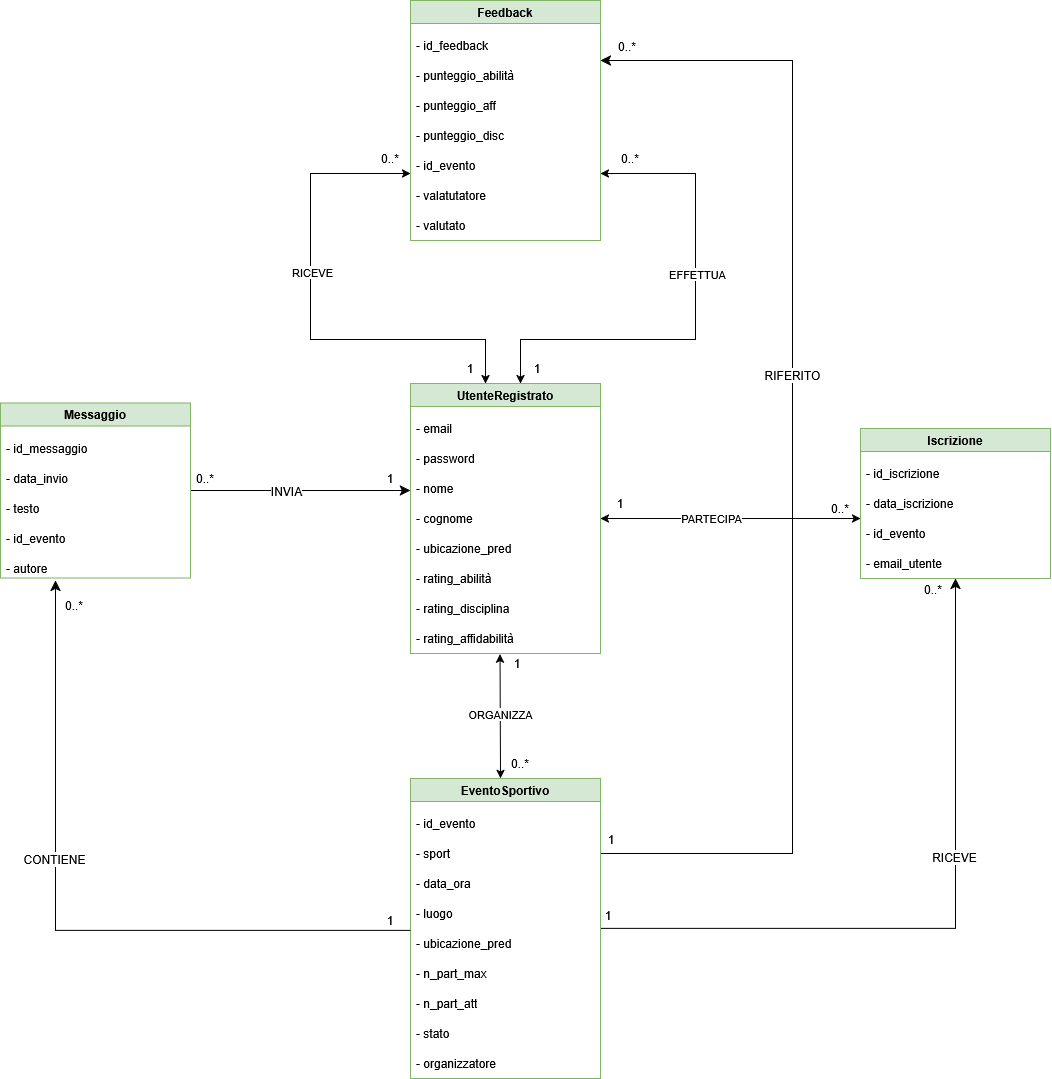
Before: RistrutturazioneClassDiagram-Pagina-2.drawio.png, a diagram exported from draw.io (alexbnls/progetto-is). Source tidied: cells renumbered, new cells last; positions are measured from the earlier drawing's top-left corner, leaving out a move shared by most shapes. Source of this version:
```xml
<mxGraphModel>
  <root>
    <mxCell id="0" />
    <mxCell id="1" parent="0" />
    <mxCell id="2" style="edgeStyle=orthogonalEdgeStyle;rounded=0;jettySize=auto;html=1;startArrow=classic;startFill=1;entryX=0;entryY=1;entryDx=0;entryDy=0;" parent="1" edge="1" target="55">
      <mxGeometry relative="1" as="geometry">
        <mxPoint x="520" y="383" as="sourcePoint" />
        <Array as="points">
          <mxPoint x="520" y="339" />
          <mxPoint x="695" y="339" />
          <mxPoint x="695" y="173" />
        </Array>
      </mxGeometry>
    </mxCell>
    <mxCell id="3" value="EFFETTUA" style="edgeLabel;html=1;align=center;verticalAlign=middle;" parent="2" vertex="1">
      <mxGeometry x="0.19" y="-1" relative="1" as="geometry" />
    </mxCell>
    <mxCell id="4" style="edgeStyle=orthogonalEdgeStyle;rounded=0;jettySize=auto;html=1;startArrow=classic;startFill=1;" parent="1" edge="1" source="6">
      <mxGeometry relative="1" as="geometry">
        <mxPoint x="860" y="518" as="targetPoint" />
      </mxGeometry>
    </mxCell>
    <mxCell id="5" value="PARTECIPA" style="edgeLabel;html=1;align=center;verticalAlign=middle;" parent="4" vertex="1">
      <mxGeometry x="-0.15" y="1" relative="1" as="geometry" />
    </mxCell>
    <mxCell id="6" value="UtenteRegistrato" style="swimlane;whiteSpace=wrap;html=1;fillColor=#d5e8d4;strokeColor=#82b366;" parent="1" vertex="1">
      <mxGeometry x="410" y="383" width="190" height="270" as="geometry" />
    </mxCell>
    <mxCell id="7" value="- email" style="text;strokeColor=none;fillColor=none;align=left;verticalAlign=middle;spacingLeft=4;spacingRight=4;overflow=hidden;whiteSpace=wrap;html=1;" parent="6" vertex="1">
      <mxGeometry y="30" width="80" height="30" as="geometry" />
    </mxCell>
    <mxCell id="8" value="- password" style="text;strokeColor=none;fillColor=none;align=left;verticalAlign=middle;spacingLeft=4;spacingRight=4;overflow=hidden;whiteSpace=wrap;html=1;" parent="6" vertex="1">
      <mxGeometry y="60" width="80" height="30" as="geometry" />
    </mxCell>
    <mxCell id="9" value="- nome" style="text;strokeColor=none;fillColor=none;align=left;verticalAlign=middle;spacingLeft=4;spacingRight=4;overflow=hidden;whiteSpace=wrap;html=1;" parent="6" vertex="1">
      <mxGeometry y="90" width="80" height="30" as="geometry" />
    </mxCell>
    <mxCell id="10" value="- cognome" style="text;strokeColor=none;fillColor=none;align=left;verticalAlign=middle;spacingLeft=4;spacingRight=4;overflow=hidden;whiteSpace=wrap;html=1;" parent="6" vertex="1">
      <mxGeometry y="120" width="80" height="30" as="geometry" />
    </mxCell>
    <mxCell id="11" value="- ubicazione_pred" style="text;strokeColor=none;fillColor=none;align=left;verticalAlign=middle;spacingLeft=4;spacingRight=4;overflow=hidden;whiteSpace=wrap;html=1;" parent="6" vertex="1">
      <mxGeometry y="150" width="110" height="30" as="geometry" />
    </mxCell>
    <mxCell id="12" value="- rating_abilità" style="text;strokeColor=none;fillColor=none;align=left;verticalAlign=middle;spacingLeft=4;spacingRight=4;overflow=hidden;whiteSpace=wrap;html=1;" parent="6" vertex="1">
      <mxGeometry y="180" width="110" height="30" as="geometry" />
    </mxCell>
    <mxCell id="13" value="- rating_disciplina" style="text;strokeColor=none;fillColor=none;align=left;verticalAlign=middle;spacingLeft=4;spacingRight=4;overflow=hidden;whiteSpace=wrap;html=1;" parent="6" vertex="1">
      <mxGeometry y="210" width="110" height="30" as="geometry" />
    </mxCell>
    <mxCell id="14" value="- rating_affidabilità" style="text;strokeColor=none;fillColor=none;align=left;verticalAlign=middle;spacingLeft=4;spacingRight=4;overflow=hidden;points=[[0,0.5],[1,0.5]];portConstraint=eastwest;whiteSpace=wrap;html=1;" parent="6" vertex="1">
      <mxGeometry y="240" width="110" height="30" as="geometry" />
    </mxCell>
    <mxCell id="15" style="edgeStyle=orthogonalEdgeStyle;rounded=0;jettySize=auto;html=1;exitX=1;exitY=0.5;exitDx=0;exitDy=0;fontSize=12;startSize=8;endSize=8;" parent="1" edge="1" source="19">
      <mxGeometry relative="1" as="geometry">
        <mxPoint x="955" y="578" as="targetPoint" />
      </mxGeometry>
    </mxCell>
    <mxCell id="16" value="RICEVE" style="edgeLabel;html=1;align=center;verticalAlign=middle;fontSize=12;" parent="15" vertex="1">
      <mxGeometry x="0.21" y="2" relative="1" as="geometry" />
    </mxCell>
    <mxCell id="17" style="edgeStyle=orthogonalEdgeStyle;rounded=0;jettySize=auto;html=1;exitX=1;exitY=0.25;exitDx=0;exitDy=0;fontSize=12;startSize=8;endSize=8;entryX=1;entryY=0.25;entryDx=0;entryDy=0;" parent="1" edge="1" source="19" target="34">
      <mxGeometry relative="1" as="geometry">
        <Array as="points">
          <mxPoint x="792" y="853" />
          <mxPoint x="792" y="60" />
        </Array>
      </mxGeometry>
    </mxCell>
    <mxCell id="18" value="RIFERITO" style="edgeLabel;html=1;align=center;verticalAlign=middle;fontSize=12;" parent="17" vertex="1">
      <mxGeometry x="0.14" y="1" relative="1" as="geometry">
        <mxPoint y="-1" as="offset" />
      </mxGeometry>
    </mxCell>
    <mxCell id="19" value="EventoSportivo" style="swimlane;whiteSpace=wrap;html=1;fillColor=#d5e8d4;strokeColor=#82b366;" parent="1" vertex="1">
      <mxGeometry x="410" y="778" width="190" height="300" as="geometry" />
    </mxCell>
    <mxCell id="20" value="- id_evento" style="text;strokeColor=none;fillColor=none;align=left;verticalAlign=middle;spacingLeft=4;spacingRight=4;overflow=hidden;whiteSpace=wrap;html=1;" parent="19" vertex="1">
      <mxGeometry y="30" width="80" height="30" as="geometry" />
    </mxCell>
    <mxCell id="21" value="- sport" style="text;strokeColor=none;fillColor=none;align=left;verticalAlign=middle;spacingLeft=4;spacingRight=4;overflow=hidden;whiteSpace=wrap;html=1;" parent="19" vertex="1">
      <mxGeometry y="60" width="80" height="30" as="geometry" />
    </mxCell>
    <mxCell id="22" value="- data_ora" style="text;strokeColor=none;fillColor=none;align=left;verticalAlign=middle;spacingLeft=4;spacingRight=4;overflow=hidden;whiteSpace=wrap;html=1;" parent="19" vertex="1">
      <mxGeometry y="90" width="80" height="30" as="geometry" />
    </mxCell>
    <mxCell id="23" value="- luogo" style="text;strokeColor=none;fillColor=none;align=left;verticalAlign=middle;spacingLeft=4;spacingRight=4;overflow=hidden;whiteSpace=wrap;html=1;" parent="19" vertex="1">
      <mxGeometry y="120" width="80" height="30" as="geometry" />
    </mxCell>
    <mxCell id="24" value="- ubicazione_pred" style="text;strokeColor=none;fillColor=none;align=left;verticalAlign=middle;spacingLeft=4;spacingRight=4;overflow=hidden;whiteSpace=wrap;html=1;" parent="19" vertex="1">
      <mxGeometry y="150" width="120" height="30" as="geometry" />
    </mxCell>
    <mxCell id="25" value="- n_part_max" style="text;strokeColor=none;fillColor=none;align=left;verticalAlign=middle;spacingLeft=4;spacingRight=4;overflow=hidden;whiteSpace=wrap;html=1;" parent="19" vertex="1">
      <mxGeometry y="180" width="110" height="30" as="geometry" />
    </mxCell>
    <mxCell id="26" value="- n_part_att" style="text;strokeColor=none;fillColor=none;align=left;verticalAlign=middle;spacingLeft=4;spacingRight=4;overflow=hidden;whiteSpace=wrap;html=1;" parent="19" vertex="1">
      <mxGeometry y="210" width="110" height="30" as="geometry" />
    </mxCell>
    <mxCell id="27" value="- stato" style="text;strokeColor=none;fillColor=none;align=left;verticalAlign=middle;spacingLeft=4;spacingRight=4;overflow=hidden;whiteSpace=wrap;html=1;" parent="19" vertex="1">
      <mxGeometry y="240" width="110" height="30" as="geometry" />
    </mxCell>
    <mxCell id="28" value="- organizzatore" style="text;strokeColor=none;fillColor=none;align=left;verticalAlign=middle;spacingLeft=4;spacingRight=4;overflow=hidden;whiteSpace=wrap;html=1;" parent="19" vertex="1">
      <mxGeometry y="270" width="110" height="30" as="geometry" />
    </mxCell>
    <mxCell id="29" value="Iscrizione" style="swimlane;whiteSpace=wrap;html=1;fillColor=#d5e8d4;strokeColor=#82b366;" parent="1" vertex="1">
      <mxGeometry x="860" y="428" width="190" height="150" as="geometry" />
    </mxCell>
    <mxCell id="30" value="- id_iscrizione" style="text;strokeColor=none;fillColor=none;align=left;verticalAlign=middle;spacingLeft=4;spacingRight=4;overflow=hidden;whiteSpace=wrap;html=1;" parent="29" vertex="1">
      <mxGeometry y="30" width="100" height="30" as="geometry" />
    </mxCell>
    <mxCell id="31" value="- data_iscrizione" style="text;strokeColor=none;fillColor=none;align=left;verticalAlign=middle;spacingLeft=4;spacingRight=4;overflow=hidden;whiteSpace=wrap;html=1;" parent="29" vertex="1">
      <mxGeometry y="60" width="110" height="30" as="geometry" />
    </mxCell>
    <mxCell id="32" value="- id_evento" style="text;strokeColor=none;fillColor=none;align=left;verticalAlign=middle;spacingLeft=4;spacingRight=4;overflow=hidden;whiteSpace=wrap;html=1;" parent="29" vertex="1">
      <mxGeometry y="90" width="80" height="30" as="geometry" />
    </mxCell>
    <mxCell id="33" value="- email_utente" style="text;strokeColor=none;fillColor=none;align=left;verticalAlign=middle;spacingLeft=4;spacingRight=4;overflow=hidden;whiteSpace=wrap;html=1;" parent="29" vertex="1">
      <mxGeometry y="120" width="90" height="30" as="geometry" />
    </mxCell>
    <mxCell id="34" value="Feedback" style="swimlane;whiteSpace=wrap;html=1;fillColor=#d5e8d4;strokeColor=#82b366;" parent="1" vertex="1">
      <mxGeometry x="410" width="190" height="240" as="geometry" />
    </mxCell>
    <mxCell id="35" value="- id_feedback" style="text;strokeColor=none;fillColor=none;align=left;verticalAlign=middle;spacingLeft=4;spacingRight=4;overflow=hidden;whiteSpace=wrap;html=1;" parent="34" vertex="1">
      <mxGeometry y="30" width="100" height="30" as="geometry" />
    </mxCell>
    <mxCell id="36" value="- punteggio_abilità" style="text;strokeColor=none;fillColor=none;align=left;verticalAlign=middle;spacingLeft=4;spacingRight=4;overflow=hidden;whiteSpace=wrap;html=1;" parent="34" vertex="1">
      <mxGeometry y="60" width="110" height="30" as="geometry" />
    </mxCell>
    <mxCell id="37" value="&lt;div&gt;- punteggio_aff&lt;/div&gt;" style="text;strokeColor=none;fillColor=none;align=left;verticalAlign=middle;spacingLeft=4;spacingRight=4;overflow=hidden;whiteSpace=wrap;html=1;" parent="34" vertex="1">
      <mxGeometry y="90" width="120" height="30" as="geometry" />
    </mxCell>
    <mxCell id="38" value="- punteggio_disc" style="text;strokeColor=none;fillColor=none;align=left;verticalAlign=middle;spacingLeft=4;spacingRight=4;overflow=hidden;whiteSpace=wrap;html=1;" parent="34" vertex="1">
      <mxGeometry y="120" width="110" height="30" as="geometry" />
    </mxCell>
    <mxCell id="39" value="- id_evento" style="text;strokeColor=none;fillColor=none;align=left;verticalAlign=middle;spacingLeft=4;spacingRight=4;overflow=hidden;points=[[0,0.5],[1,0.5]];portConstraint=eastwest;whiteSpace=wrap;html=1;" parent="34" vertex="1">
      <mxGeometry y="150" width="110" height="30" as="geometry" />
    </mxCell>
    <mxCell id="40" value="- valatutatore" style="text;strokeColor=none;fillColor=none;align=left;verticalAlign=middle;spacingLeft=4;spacingRight=4;overflow=hidden;whiteSpace=wrap;html=1;" parent="34" vertex="1">
      <mxGeometry y="180" width="110" height="30" as="geometry" />
    </mxCell>
    <mxCell id="41" value="- valutato" style="text;strokeColor=none;fillColor=none;align=left;verticalAlign=middle;spacingLeft=4;spacingRight=4;overflow=hidden;whiteSpace=wrap;html=1;" parent="34" vertex="1">
      <mxGeometry y="210" width="110" height="30" as="geometry" />
    </mxCell>
    <mxCell id="42" style="edgeStyle=none;curved=1;rounded=0;jettySize=auto;html=1;fontSize=12;startSize=8;endSize=8;exitX=1;exitY=0.5;exitDx=0;exitDy=0;" parent="1" edge="1" source="44">
      <mxGeometry relative="1" as="geometry">
        <mxPoint x="409.9" y="490" as="targetPoint" />
      </mxGeometry>
    </mxCell>
    <mxCell id="43" value="INVIA" style="edgeLabel;html=1;align=center;verticalAlign=middle;fontSize=12;" parent="42" vertex="1">
      <mxGeometry x="-0.14" relative="1" as="geometry" />
    </mxCell>
    <mxCell id="44" value="Messaggio" style="swimlane;whiteSpace=wrap;html=1;fillColor=#d5e8d4;strokeColor=#82b366;" parent="1" vertex="1">
      <mxGeometry y="402.5" width="190" height="175" as="geometry" />
    </mxCell>
    <mxCell id="45" value="- id_messaggio" style="text;strokeColor=none;fillColor=none;align=left;verticalAlign=middle;spacingLeft=4;spacingRight=4;overflow=hidden;whiteSpace=wrap;html=1;" parent="44" vertex="1">
      <mxGeometry y="30" width="100" height="30" as="geometry" />
    </mxCell>
    <mxCell id="46" value="- data_invio" style="text;strokeColor=none;fillColor=none;align=left;verticalAlign=middle;spacingLeft=4;spacingRight=4;overflow=hidden;whiteSpace=wrap;html=1;" parent="44" vertex="1">
      <mxGeometry y="60" width="110" height="30" as="geometry" />
    </mxCell>
    <mxCell id="47" value="- testo" style="text;strokeColor=none;fillColor=none;align=left;verticalAlign=middle;spacingLeft=4;spacingRight=4;overflow=hidden;whiteSpace=wrap;html=1;" parent="44" vertex="1">
      <mxGeometry y="90" width="80" height="30" as="geometry" />
    </mxCell>
    <mxCell id="48" value="- id_evento" style="text;strokeColor=none;fillColor=none;align=left;verticalAlign=middle;spacingLeft=4;spacingRight=4;overflow=hidden;whiteSpace=wrap;html=1;" parent="44" vertex="1">
      <mxGeometry y="120" width="90" height="30" as="geometry" />
    </mxCell>
    <mxCell id="49" value="- autore" style="text;strokeColor=none;fillColor=none;align=left;verticalAlign=middle;spacingLeft=4;spacingRight=4;overflow=hidden;whiteSpace=wrap;html=1;" parent="44" vertex="1">
      <mxGeometry y="150" width="90" height="30" as="geometry" />
    </mxCell>
    <mxCell id="50" value="1" style="text;html=1;whiteSpace=wrap;strokeColor=none;fillColor=none;align=center;verticalAlign=middle;rounded=0;" parent="1" vertex="1">
      <mxGeometry x="590" y="488" width="60" height="30" as="geometry" />
    </mxCell>
    <mxCell id="51" value="0..*" style="text;html=1;whiteSpace=wrap;strokeColor=none;fillColor=none;align=center;verticalAlign=middle;rounded=0;" parent="1" vertex="1">
      <mxGeometry x="810" y="493" width="60" height="30" as="geometry" />
    </mxCell>
    <mxCell id="52" value="1" style="text;html=1;whiteSpace=wrap;strokeColor=none;fillColor=none;align=center;verticalAlign=middle;rounded=0;" parent="1" vertex="1">
      <mxGeometry x="497" y="653" width="40" height="20" as="geometry" />
    </mxCell>
    <mxCell id="53" value="1" style="text;html=1;whiteSpace=wrap;strokeColor=none;fillColor=none;align=center;verticalAlign=middle;rounded=0;" parent="1" vertex="1">
      <mxGeometry x="370" y="468" width="40" height="20" as="geometry" />
    </mxCell>
    <mxCell id="54" value="0..*" style="text;html=1;whiteSpace=wrap;strokeColor=none;fillColor=none;align=center;verticalAlign=middle;rounded=0;" parent="1" vertex="1">
      <mxGeometry x="185" y="463" width="40" height="30" as="geometry" />
    </mxCell>
    <mxCell id="55" value="0..*" style="text;html=1;whiteSpace=wrap;strokeColor=none;fillColor=none;align=center;verticalAlign=middle;rounded=0;" parent="1" vertex="1">
      <mxGeometry x="600" y="143" width="60" height="30" as="geometry" />
    </mxCell>
    <mxCell id="56" style="endArrow=classic;startArrow=classic;html=1;rounded=0;entryX=0.814;entryY=1.024;entryDx=0;entryDy=0;entryPerimeter=0;exitX=0;exitY=1;exitDx=0;exitDy=0;" parent="1" edge="1" target="14">
      <mxGeometry relative="1" as="geometry">
        <mxPoint x="500" y="778" as="sourcePoint" />
      </mxGeometry>
    </mxCell>
    <mxCell id="57" value="ORGANIZZA" style="edgeLabel;html=1;align=center;verticalAlign=middle;" parent="56" vertex="1">
      <mxGeometry x="0.06" y="1" relative="1" as="geometry" />
    </mxCell>
    <mxCell id="58" value="0..*" style="text;html=1;whiteSpace=wrap;strokeColor=none;fillColor=none;align=center;verticalAlign=middle;rounded=0;" parent="1" vertex="1">
      <mxGeometry x="500" y="748" width="40" height="30" as="geometry" />
    </mxCell>
    <mxCell id="59" style="edgeStyle=orthogonalEdgeStyle;rounded=0;jettySize=auto;html=1;startArrow=classic;startFill=1;entryX=0;entryY=0.767;entryDx=0;entryDy=0;entryPerimeter=0;" parent="1" edge="1" target="39">
      <mxGeometry relative="1" as="geometry">
        <mxPoint x="485" y="383" as="sourcePoint" />
        <Array as="points">
          <mxPoint x="485" y="339" />
          <mxPoint x="310" y="339" />
          <mxPoint x="310" y="173" />
        </Array>
      </mxGeometry>
    </mxCell>
    <mxCell id="60" value="RICEVE" style="edgeLabel;html=1;align=center;verticalAlign=middle;" parent="59" vertex="1">
      <mxGeometry x="0.19" y="-1" relative="1" as="geometry" />
    </mxCell>
    <mxCell id="61" value="1" style="text;html=1;whiteSpace=wrap;strokeColor=none;fillColor=none;align=center;verticalAlign=middle;rounded=0;" parent="1" vertex="1">
      <mxGeometry x="527" y="353" width="20" height="30" as="geometry" />
    </mxCell>
    <mxCell id="62" value="1" style="text;html=1;whiteSpace=wrap;strokeColor=none;fillColor=none;align=center;verticalAlign=middle;rounded=0;" parent="1" vertex="1">
      <mxGeometry x="460" y="353" width="20" height="30" as="geometry" />
    </mxCell>
    <mxCell id="63" value="0..*" style="text;html=1;whiteSpace=wrap;strokeColor=none;fillColor=none;align=center;verticalAlign=middle;rounded=0;" parent="1" vertex="1">
      <mxGeometry x="360" y="143" width="60" height="30" as="geometry" />
    </mxCell>
    <mxCell id="64" value="1" style="text;html=1;whiteSpace=wrap;strokeColor=none;fillColor=none;align=center;verticalAlign=middle;rounded=0;" parent="1" vertex="1">
      <mxGeometry x="578" y="900" width="60" height="30" as="geometry" />
    </mxCell>
    <mxCell id="65" value="0..*" style="text;html=1;whiteSpace=wrap;strokeColor=none;fillColor=none;align=center;verticalAlign=middle;rounded=0;" parent="1" vertex="1">
      <mxGeometry x="903" y="574" width="60" height="30" as="geometry" />
    </mxCell>
    <mxCell id="66" style="edgeStyle=orthogonalEdgeStyle;rounded=0;orthogonalLoop=1;jettySize=auto;html=1;exitX=1;exitY=0.5;exitDx=0;exitDy=0;entryX=0.5;entryY=1;entryDx=0;entryDy=0;fontSize=12;startSize=8;endSize=8;" parent="1" edge="1">
      <mxGeometry relative="1" as="geometry">
        <mxPoint x="410" y="930" as="sourcePoint" />
        <mxPoint x="55" y="580" as="targetPoint" />
      </mxGeometry>
    </mxCell>
    <mxCell id="67" value="CONTIENE" style="edgeLabel;html=1;align=center;verticalAlign=middle;fontSize=12;" parent="66" vertex="1">
      <mxGeometry x="0.21" y="2" relative="1" as="geometry" />
    </mxCell>
    <mxCell id="68" value="1" style="text;html=1;whiteSpace=wrap;strokeColor=none;fillColor=none;align=center;verticalAlign=middle;rounded=0;" parent="1" vertex="1">
      <mxGeometry x="370" y="910" width="40" height="20" as="geometry" />
    </mxCell>
    <mxCell id="69" value="0..*" style="text;html=1;whiteSpace=wrap;strokeColor=none;fillColor=none;align=center;verticalAlign=middle;rounded=0;" parent="1" vertex="1">
      <mxGeometry x="54" y="590" width="40" height="30" as="geometry" />
    </mxCell>
    <mxCell id="70" value="1" style="text;html=1;whiteSpace=wrap;strokeColor=none;fillColor=none;align=center;verticalAlign=middle;rounded=0;" parent="1" vertex="1">
      <mxGeometry x="581" y="824" width="60" height="30" as="geometry" />
    </mxCell>
    <mxCell id="71" value="0..*" style="text;html=1;whiteSpace=wrap;strokeColor=none;fillColor=none;align=center;verticalAlign=middle;rounded=0;" parent="1" vertex="1">
      <mxGeometry x="597" y="31" width="60" height="30" as="geometry" />
    </mxCell>
  </root>
</mxGraphModel>
```
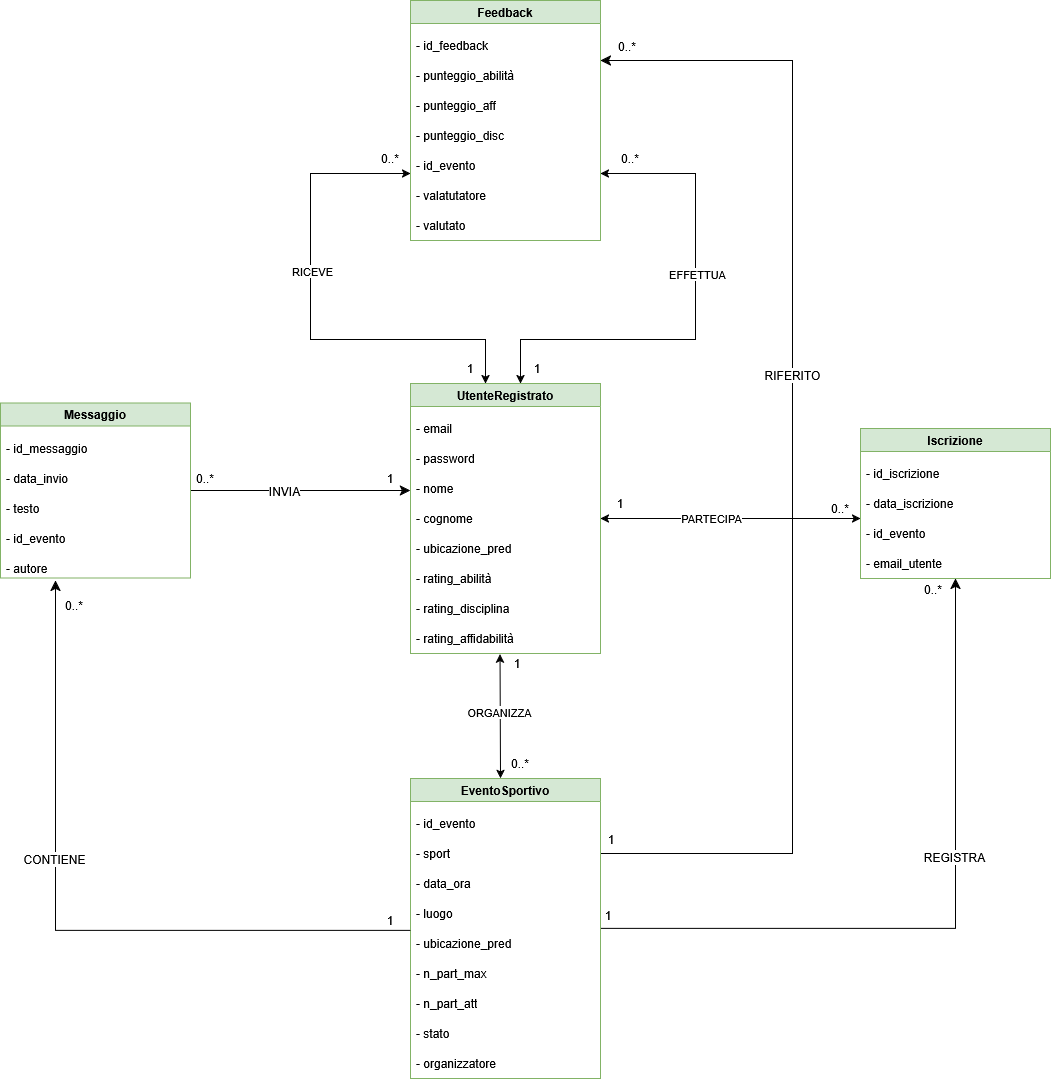
Above is the later version.

The edit, as a diff of the source:
```diff
@@ -55,7 +55,7 @@
         <mxPoint x="955" y="578" as="targetPoint" />
       </mxGeometry>
     </mxCell>
-    <mxCell id="16" value="RICEVE" style="edgeLabel;html=1;align=center;verticalAlign=middle;fontSize=12;" parent="15" vertex="1">
+    <mxCell id="16" value="REGISTRA" style="edgeLabel;html=1;align=center;verticalAlign=middle;fontSize=12;" parent="15" vertex="1">
       <mxGeometry x="0.21" y="2" relative="1" as="geometry" />
     </mxCell>
     <mxCell id="17" style="edgeStyle=orthogonalEdgeStyle;rounded=0;jettySize=auto;html=1;exitX=1;exitY=0.25;exitDx=0;exitDy=0;fontSize=12;startSize=8;endSize=8;entryX=1;entryY=0.25;entryDx=0;entryDy=0;" parent="1" edge="1" source="19" target="34">
```
